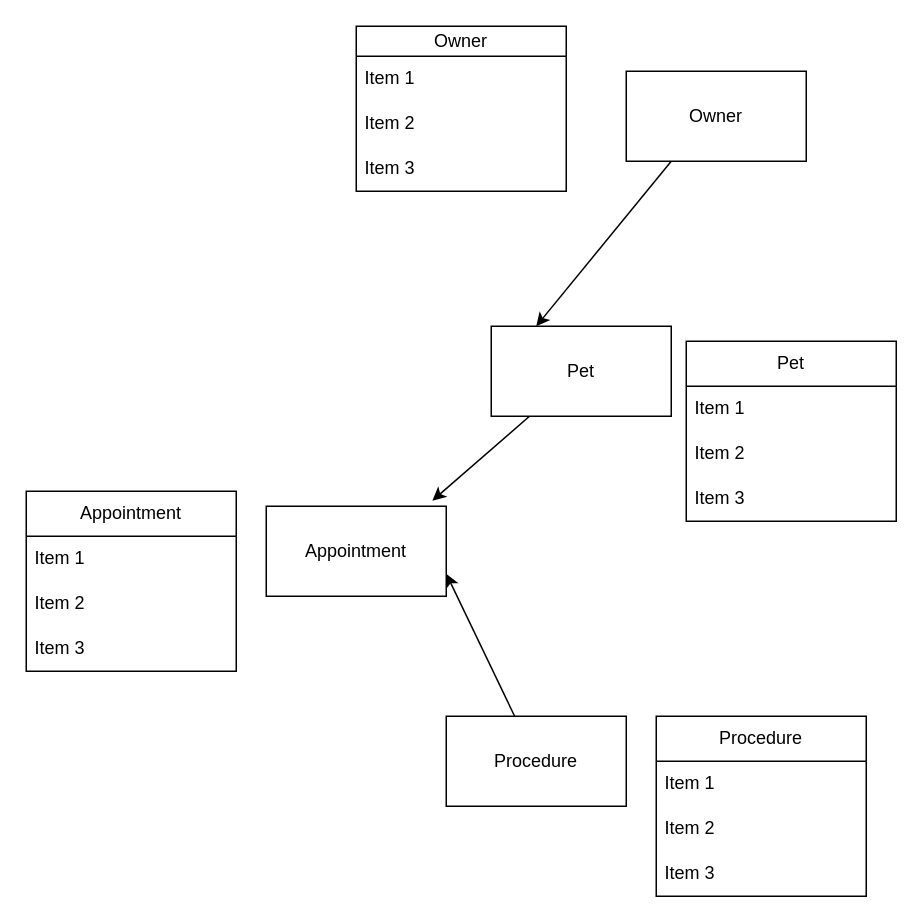
This is page "Page-1" (1 of 2) of phase-three/06_sql_fundamentals/relationships.drawio from SweetByte13/east-se-040124, a draw.io file, before an edit. Source tidied: cells renumbered, new cells numbered last; positions are measured from the earlier drawing's top-left corner, leaving out a move shared by most shapes. Both pictures are drawn from the tidied source at 150%, with x=0, y=0 at pixel (26, 26).
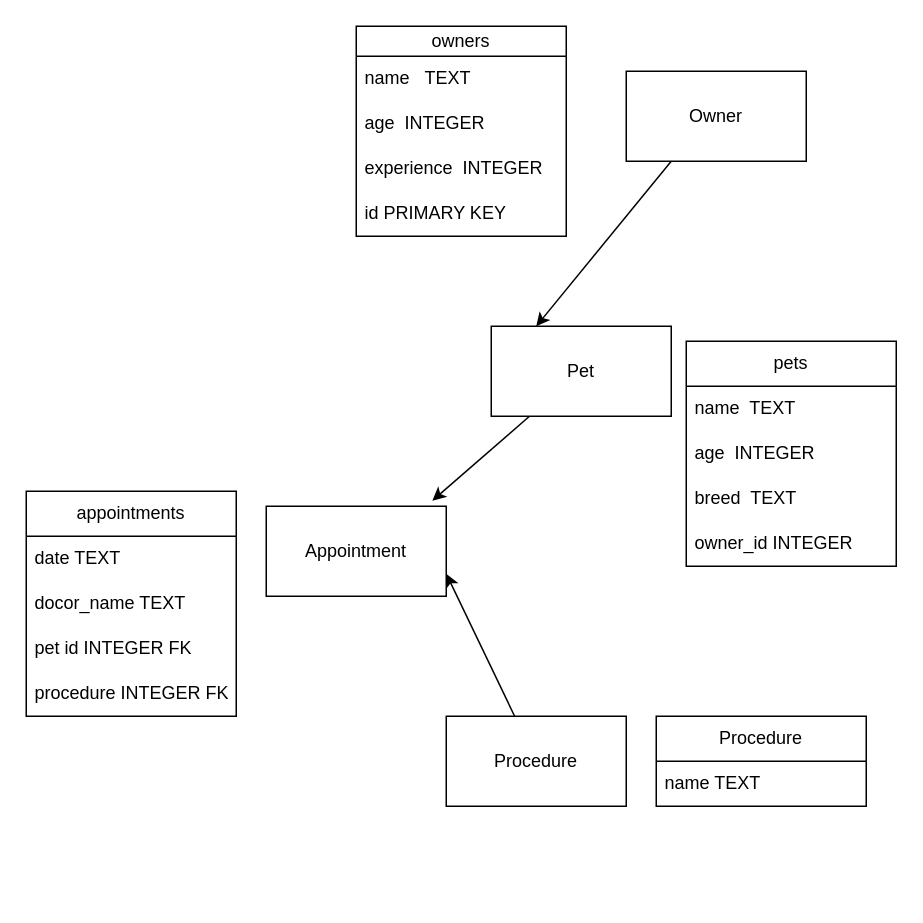
Above is the later version.

Diff of the diagram source:
```diff
@@
-    <mxCell id="8" value="Owner" style="swimlane;fontStyle=0;horizontal=1;startSize=20;whiteSpace=wrap;html=1;" parent="1" vertex="1">
-      <mxGeometry x="220" width="140" height="110" as="geometry" />
+    <mxCell id="8" value="owners" style="swimlane;fontStyle=0;horizontal=1;startSize=20;whiteSpace=wrap;html=1;" parent="1" vertex="1">
+      <mxGeometry x="220" width="140" height="140" as="geometry" />
     </mxCell>
-    <mxCell id="9" value="Item 1" style="text;strokeColor=none;fillColor=none;align=left;verticalAlign=middle;spacingLeft=4;spacingRight=4;overflow=hidden;whiteSpace=wrap;html=1;" parent="8" vertex="1">
+    <mxCell id="9" value="name&amp;nbsp; &amp;nbsp;TEXT" style="text;strokeColor=none;fillColor=none;align=left;verticalAlign=middle;spacingLeft=4;spacingRight=4;overflow=hidden;whiteSpace=wrap;html=1;" parent="8" vertex="1">
       <mxGeometry y="20" width="140" height="30" as="geometry" />
     </mxCell>
-    <mxCell id="10" value="Item 2" style="text;strokeColor=none;fillColor=none;align=left;verticalAlign=middle;spacingLeft=4;spacingRight=4;overflow=hidden;whiteSpace=wrap;html=1;" parent="8" vertex="1">
+    <mxCell id="10" value="age&amp;nbsp; INTEGER" style="text;strokeColor=none;fillColor=none;align=left;verticalAlign=middle;spacingLeft=4;spacingRight=4;overflow=hidden;whiteSpace=wrap;html=1;" parent="8" vertex="1">
       <mxGeometry y="50" width="140" height="30" as="geometry" />
     </mxCell>
-    <mxCell id="11" value="Item 3" style="text;strokeColor=none;fillColor=none;align=left;verticalAlign=middle;spacingLeft=4;spacingRight=4;overflow=hidden;whiteSpace=wrap;html=1;" parent="8" vertex="1">
+    <mxCell id="11" value="experience&amp;nbsp; INTEGER" style="text;strokeColor=none;fillColor=none;align=left;verticalAlign=middle;spacingLeft=4;spacingRight=4;overflow=hidden;whiteSpace=wrap;html=1;" parent="8" vertex="1">
       <mxGeometry y="80" width="140" height="30" as="geometry" />
     </mxCell>
+    <mxCell id="25" value="id PRIMARY KEY" style="text;strokeColor=none;fillColor=none;align=left;verticalAlign=middle;spacingLeft=4;spacingRight=4;overflow=hidden;whiteSpace=wrap;html=1;" parent="8" vertex="1">
+      <mxGeometry y="110" width="140" height="30" as="geometry" />
+    </mxCell>
-    <mxCell id="12" value="Pet" style="swimlane;fontStyle=0;horizontal=1;startSize=30;whiteSpace=wrap;html=1;" parent="1" vertex="1">
-      <mxGeometry x="440" y="210" width="140" height="120" as="geometry" />
+    <mxCell id="12" value="pets" style="swimlane;fontStyle=0;horizontal=1;startSize=30;whiteSpace=wrap;html=1;" parent="1" vertex="1">
+      <mxGeometry x="440" y="210" width="140" height="150" as="geometry" />
     </mxCell>
-    <mxCell id="13" value="Item 1" style="text;strokeColor=none;fillColor=none;align=left;verticalAlign=middle;spacingLeft=4;spacingRight=4;overflow=hidden;whiteSpace=wrap;html=1;" parent="12" vertex="1">
+    <mxCell id="13" value="name&amp;nbsp; TEXT" style="text;strokeColor=none;fillColor=none;align=left;verticalAlign=middle;spacingLeft=4;spacingRight=4;overflow=hidden;whiteSpace=wrap;html=1;" parent="12" vertex="1">
       <mxGeometry y="30" width="140" height="30" as="geometry" />
     </mxCell>
-    <mxCell id="14" value="Item 2" style="text;strokeColor=none;fillColor=none;align=left;verticalAlign=middle;spacingLeft=4;spacingRight=4;overflow=hidden;whiteSpace=wrap;html=1;" parent="12" vertex="1">
+    <mxCell id="14" value="age&amp;nbsp; INTEGER" style="text;strokeColor=none;fillColor=none;align=left;verticalAlign=middle;spacingLeft=4;spacingRight=4;overflow=hidden;whiteSpace=wrap;html=1;" parent="12" vertex="1">
       <mxGeometry y="60" width="140" height="30" as="geometry" />
     </mxCell>
-    <mxCell id="15" value="Item 3" style="text;strokeColor=none;fillColor=none;align=left;verticalAlign=middle;spacingLeft=4;spacingRight=4;overflow=hidden;whiteSpace=wrap;html=1;" parent="12" vertex="1">
+    <mxCell id="15" value="breed&amp;nbsp; TEXT" style="text;strokeColor=none;fillColor=none;align=left;verticalAlign=middle;spacingLeft=4;spacingRight=4;overflow=hidden;whiteSpace=wrap;html=1;" parent="12" vertex="1">
       <mxGeometry y="90" width="140" height="30" as="geometry" />
     </mxCell>
+    <mxCell id="26" value="owner_id INTEGER" style="text;strokeColor=none;fillColor=none;align=left;verticalAlign=middle;spacingLeft=4;spacingRight=4;overflow=hidden;whiteSpace=wrap;html=1;" parent="12" vertex="1">
+      <mxGeometry y="120" width="140" height="30" as="geometry" />
+    </mxCell>
-    <mxCell id="16" value="Appointment" style="swimlane;fontStyle=0;horizontal=1;startSize=30;whiteSpace=wrap;html=1;" parent="1" vertex="1">
-      <mxGeometry y="310" width="140" height="120" as="geometry" />
+    <mxCell id="16" value="appointments" style="swimlane;fontStyle=0;horizontal=1;startSize=30;whiteSpace=wrap;html=1;" parent="1" vertex="1">
+      <mxGeometry y="310" width="140" height="150" as="geometry" />
     </mxCell>
-    <mxCell id="17" value="Item 1" style="text;strokeColor=none;fillColor=none;align=left;verticalAlign=middle;spacingLeft=4;spacingRight=4;overflow=hidden;whiteSpace=wrap;html=1;" parent="16" vertex="1">
-      <mxGeometry y="30" width="140" height="30" as="geometry" />
-    </mxCell>
-    <mxCell id="18" value="Item 2" style="text;strokeColor=none;fillColor=none;align=left;verticalAlign=middle;spacingLeft=4;spacingRight=4;overflow=hidden;whiteSpace=wrap;html=1;" parent="16" vertex="1">
-      <mxGeometry y="60" width="140" height="30" as="geometry" />
+    <mxCell id="18" value="date TEXT" style="text;strokeColor=none;fillColor=none;align=left;verticalAlign=middle;spacingLeft=4;spacingRight=4;overflow=hidden;whiteSpace=wrap;html=1;" parent="16" vertex="1">
+      <mxGeometry y="30" width="140" height="30" as="geometry" />
     </mxCell>
-    <mxCell id="19" value="Item 3" style="text;strokeColor=none;fillColor=none;align=left;verticalAlign=middle;spacingLeft=4;spacingRight=4;overflow=hidden;whiteSpace=wrap;html=1;" parent="16" vertex="1">
-      <mxGeometry y="90" width="140" height="30" as="geometry" />
+    <mxCell id="19" value="docor_name TEXT" style="text;strokeColor=none;fillColor=none;align=left;verticalAlign=middle;spacingLeft=4;spacingRight=4;overflow=hidden;whiteSpace=wrap;html=1;" parent="16" vertex="1">
+      <mxGeometry y="60" width="140" height="30" as="geometry" />
     </mxCell>
+    <mxCell id="27" value="pet id INTEGER FK" style="text;strokeColor=none;fillColor=none;align=left;verticalAlign=middle;spacingLeft=4;spacingRight=4;overflow=hidden;whiteSpace=wrap;html=1;" parent="16" vertex="1">
+      <mxGeometry y="90" width="140" height="30" as="geometry" />
+    </mxCell>
+    <mxCell id="28" value="procedure INTEGER FK" style="text;strokeColor=none;fillColor=none;align=left;verticalAlign=middle;spacingLeft=4;spacingRight=4;overflow=hidden;whiteSpace=wrap;html=1;" parent="16" vertex="1">
+      <mxGeometry y="120" width="140" height="30" as="geometry" />
+    </mxCell>
     <mxCell id="20" value="Procedure" style="swimlane;fontStyle=0;horizontal=1;startSize=30;whiteSpace=wrap;html=1;" parent="1" vertex="1">
-      <mxGeometry x="420" y="460" width="140" height="120" as="geometry" />
+      <mxGeometry x="420" y="460" width="140" height="60" as="geometry" />
     </mxCell>
-    <mxCell id="21" value="Item 1" style="text;strokeColor=none;fillColor=none;align=left;verticalAlign=middle;spacingLeft=4;spacingRight=4;overflow=hidden;whiteSpace=wrap;html=1;" parent="20" vertex="1">
+    <mxCell id="21" value="name TEXT" style="text;strokeColor=none;fillColor=none;align=left;verticalAlign=middle;spacingLeft=4;spacingRight=4;overflow=hidden;whiteSpace=wrap;html=1;" parent="20" vertex="1">
       <mxGeometry y="30" width="140" height="30" as="geometry" />
     </mxCell>
-    <mxCell id="22" value="Item 2" style="text;strokeColor=none;fillColor=none;align=left;verticalAlign=middle;spacingLeft=4;spacingRight=4;overflow=hidden;whiteSpace=wrap;html=1;" parent="20" vertex="1">
-      <mxGeometry y="60" width="140" height="30" as="geometry" />
-    </mxCell>
-    <mxCell id="23" value="Item 3" style="text;strokeColor=none;fillColor=none;align=left;verticalAlign=middle;spacingLeft=4;spacingRight=4;overflow=hidden;whiteSpace=wrap;html=1;" parent="20" vertex="1">
-      <mxGeometry y="90" width="140" height="30" as="geometry" />
-    </mxCell>
```
